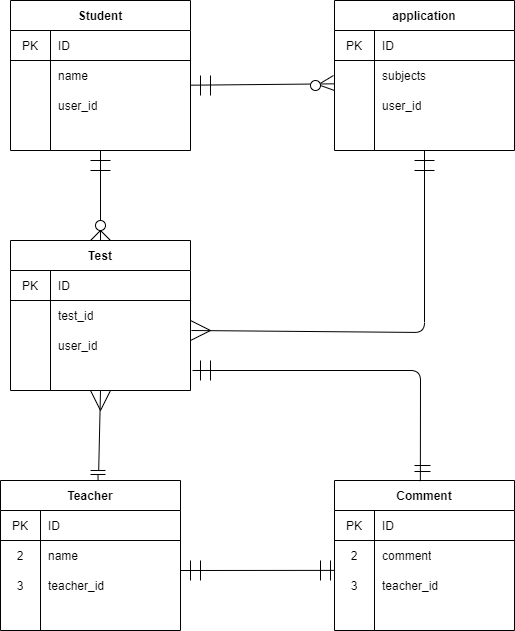
This is 20210622.drawio.png from youji0622/JavaScript-test, a draw.io export, as it was before one commit. Source tidied: cells renumbered, new cells last; positions are measured from the earlier drawing's top-left corner, leaving out a move shared by most shapes.
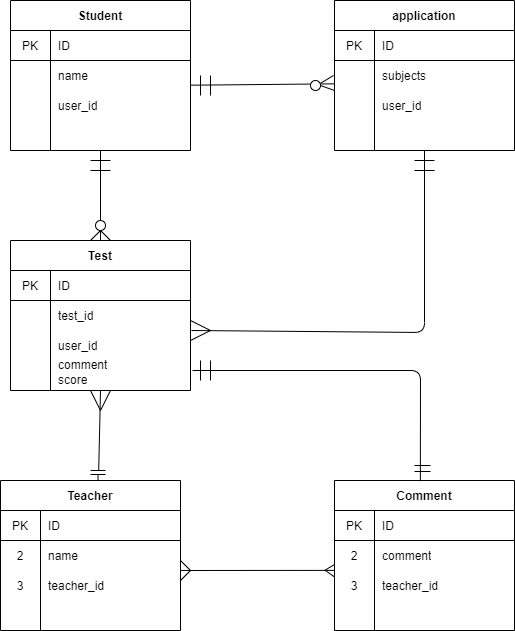
After the change.

The edit, as a diff of the source:
```diff
@@ -207,12 +207,6 @@
         <mxPoint x="90" y="390" as="targetPoint" />
       </mxGeometry>
     </mxCell>
-    <mxCell id="64" style="shape=partialRectangle;whiteSpace=wrap;html=1;bottom=0;top=0;fillColor=none;" parent="1" vertex="1">
-      <mxGeometry x="190" y="560" width="10" height="20" as="geometry" />
-    </mxCell>
-    <mxCell id="65" style="shape=partialRectangle;whiteSpace=wrap;html=1;bottom=0;top=0;fillColor=none;" parent="1" vertex="1">
-      <mxGeometry x="320" y="560" width="10" height="20" as="geometry" />
-    </mxCell>
     <mxCell id="66" style="shape=partialRectangle;whiteSpace=wrap;html=1;left=0;right=0;fillColor=none;" parent="1" vertex="1">
       <mxGeometry x="414" y="160" width="20" height="10" as="geometry" />
     </mxCell>
@@ -260,5 +254,31 @@
     <mxCell id="77" style="endArrow=none;html=1;exitX=0.542;exitY=0;exitDx=0;exitDy=0;entryX=0.5;entryY=1;entryDx=0;entryDy=0;exitPerimeter=0;" parent="1" edge="1" source="12" target="76">
       <mxGeometry relative="1" as="geometry" />
     </mxCell>
+    <mxCell id="78" style="endArrow=none;html=1;entryX=-0.001;entryY=0.804;entryDx=0;entryDy=0;entryPerimeter=0;" parent="1" edge="1" target="36">
+      <mxGeometry relative="1" as="geometry">
+        <mxPoint x="324" y="570" as="sourcePoint" />
+      </mxGeometry>
+    </mxCell>
+    <mxCell id="79" style="endArrow=none;html=1;exitX=0;exitY=0.217;exitDx=0;exitDy=0;exitPerimeter=0;" parent="1" edge="1" source="39">
+      <mxGeometry relative="1" as="geometry">
+        <mxPoint x="325" y="570" as="targetPoint" />
+      </mxGeometry>
+    </mxCell>
+    <mxCell id="80" value="comment" style="shape=partialRectangle;html=1;whiteSpace=wrap;fillColor=none;top=0;left=0;bottom=0;right=0;align=left;spacingLeft=6;overflow=hidden;" parent="1" vertex="1">
+      <mxGeometry x="50" y="355" width="140" height="15" as="geometry" />
+    </mxCell>
+    <mxCell id="81" style="endArrow=none;html=1;exitX=1;exitY=0.667;exitDx=0;exitDy=0;exitPerimeter=0;" parent="1" edge="1" source="16">
+      <mxGeometry relative="1" as="geometry">
+        <mxPoint x="190" y="570" as="targetPoint" />
+      </mxGeometry>
+    </mxCell>
+    <mxCell id="82" style="endArrow=none;html=1;exitX=1;exitY=0.333;exitDx=0;exitDy=0;exitPerimeter=0;" parent="1" edge="1" source="19">
+      <mxGeometry relative="1" as="geometry">
+        <mxPoint x="190" y="570" as="targetPoint" />
+      </mxGeometry>
+    </mxCell>
+    <mxCell id="83" value="score" style="shape=partialRectangle;html=1;whiteSpace=wrap;fillColor=none;top=0;left=0;bottom=0;right=0;align=left;spacingLeft=6;overflow=hidden;" parent="1" vertex="1">
+      <mxGeometry x="50" y="370" width="140" height="15" as="geometry" />
+    </mxCell>
   </root>
 </mxGraphModel>
```
